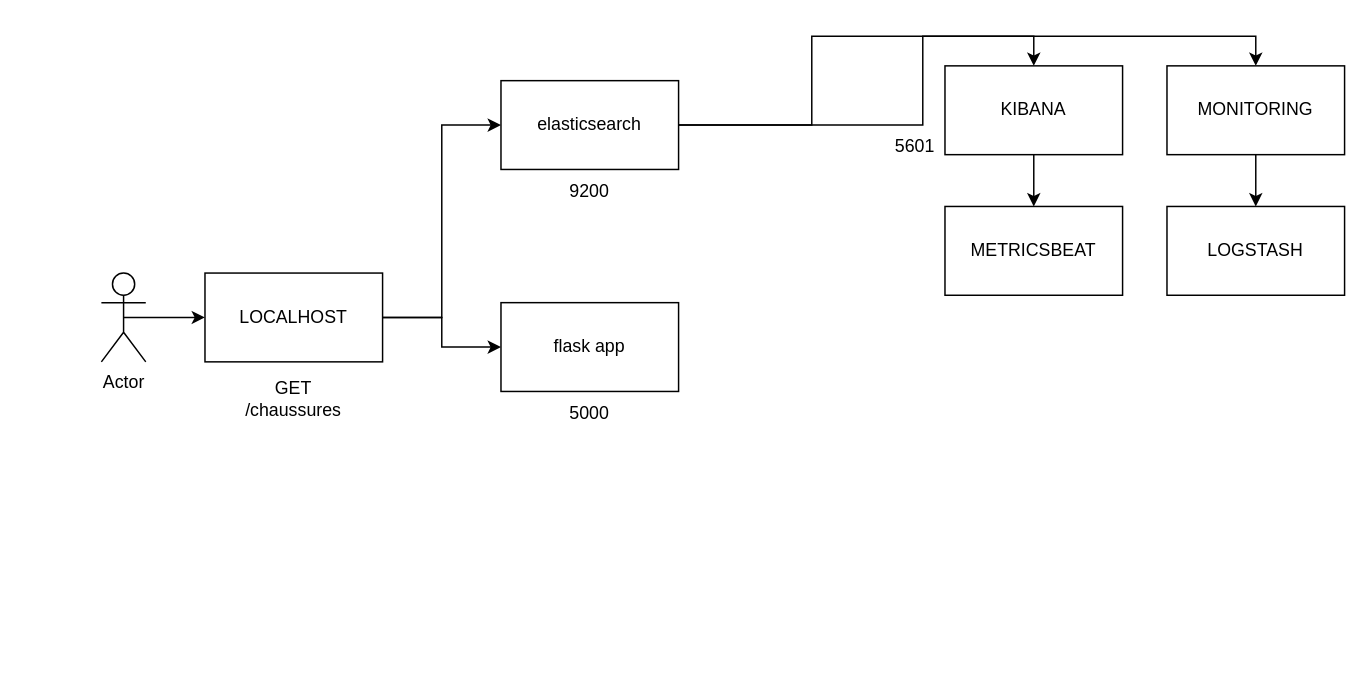
The draw.io diagram test3.drawio in Tahyme/cloud-gt, before the edit. Source tidied: cells renumbered, new cells numbered last; positions are measured from the earlier drawing's top-left corner, leaving out a move shared by most shapes. Both pictures are drawn from the tidied source at 148%, with x=0, y=0 at pixel (101, 65).
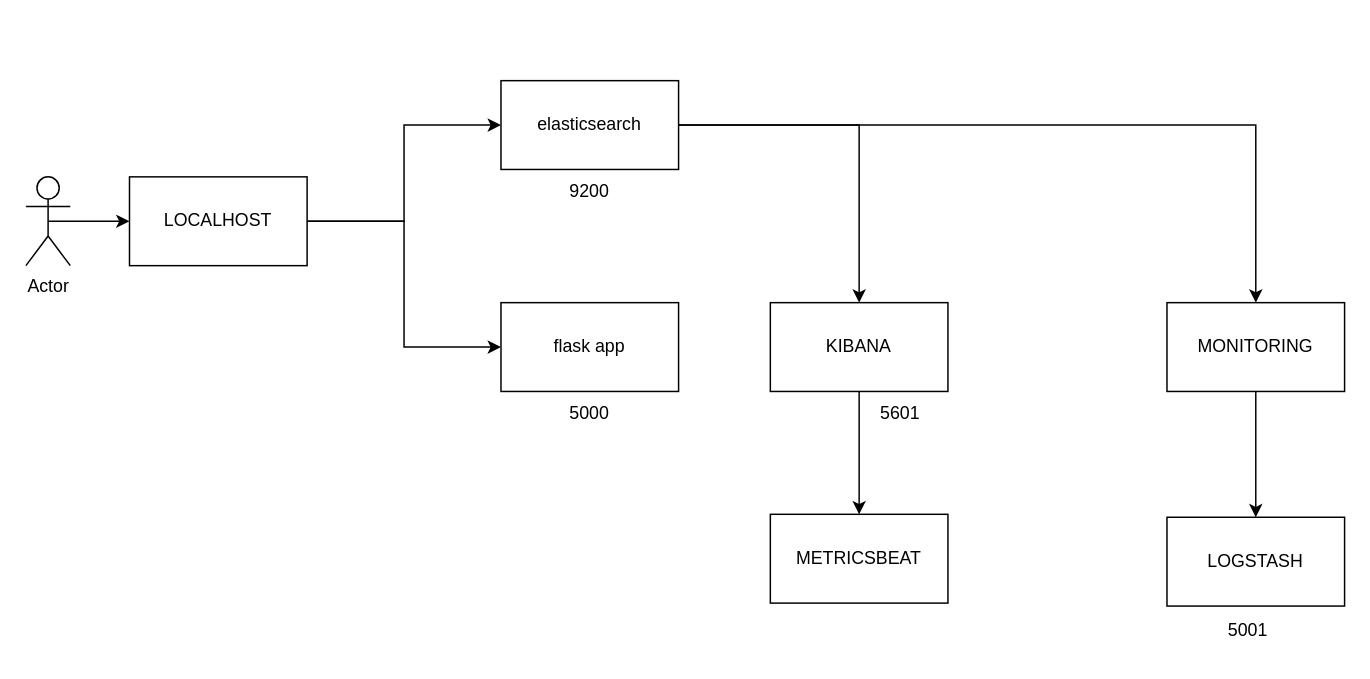
The same diagram, later.

Commit message:
Mettre à jour test3.drawio

The edit, as a diff of the source:
```diff
@@
     <mxCell id="3" value="Actor" style="shape=umlActor;verticalLabelPosition=bottom;verticalAlign=top;html=1;outlineConnect=0;" parent="1" vertex="1">
-      <mxGeometry y="140" width="30" height="60" as="geometry" />
+      <mxGeometry x="-51" y="75" width="30" height="60" as="geometry" />
     </mxCell>
@@
     <mxCell id="6" value="LOCALHOST" style="rounded=0;whiteSpace=wrap;html=1;" parent="1" vertex="1">
-      <mxGeometry x="70" y="140" width="120" height="60" as="geometry" />
+      <mxGeometry x="19" y="75" width="120" height="60" as="geometry" />
     </mxCell>
-    <mxCell id="7" value="GET /chaussures&lt;br&gt;" style="text;html=1;strokeColor=none;fillColor=none;align=center;verticalAlign=middle;whiteSpace=wrap;rounded=0;" parent="1" vertex="1">
-      <mxGeometry x="100" y="210" width="60" height="30" as="geometry" />
-    </mxCell>
@@
     <mxCell id="12" value="KIBANA" style="rounded=0;whiteSpace=wrap;html=1;" parent="1" vertex="1">
-      <mxGeometry x="570" width="120" height="60" as="geometry" />
+      <mxGeometry x="452" y="160" width="120" height="60" as="geometry" />
     </mxCell>
@@
     <mxCell id="14" value="MONITORING" style="rounded=0;whiteSpace=wrap;html=1;" parent="1" vertex="1">
-      <mxGeometry x="720" width="120" height="60" as="geometry" />
+      <mxGeometry x="720" y="160" width="120" height="60" as="geometry" />
     </mxCell>
     <mxCell id="15" value="METRICSBEAT" style="rounded=0;whiteSpace=wrap;html=1;" parent="1" vertex="1">
-      <mxGeometry x="570" y="95" width="120" height="60" as="geometry" />
+      <mxGeometry x="452" y="303" width="120" height="60" as="geometry" />
     </mxCell>
     <mxCell id="16" value="LOGSTASH" style="rounded=0;whiteSpace=wrap;html=1;" parent="1" vertex="1">
-      <mxGeometry x="720" y="95" width="120" height="60" as="geometry" />
+      <mxGeometry x="720" y="305" width="120" height="60" as="geometry" />
     </mxCell>
@@
     <mxCell id="20" value="5601" style="text;html=1;strokeColor=none;fillColor=none;align=center;verticalAlign=middle;whiteSpace=wrap;rounded=0;" parent="1" vertex="1">
-      <mxGeometry x="520" y="40" width="60" height="30" as="geometry" />
+      <mxGeometry x="510" y="220" width="60" height="30" as="geometry" />
     </mxCell>
+    <mxCell id="21" value="5001" style="text;html=1;strokeColor=none;fillColor=none;align=center;verticalAlign=middle;whiteSpace=wrap;rounded=0;" parent="1" vertex="1">
+      <mxGeometry x="745" y="367" width="60" height="30" as="geometry" />
+    </mxCell>
```
